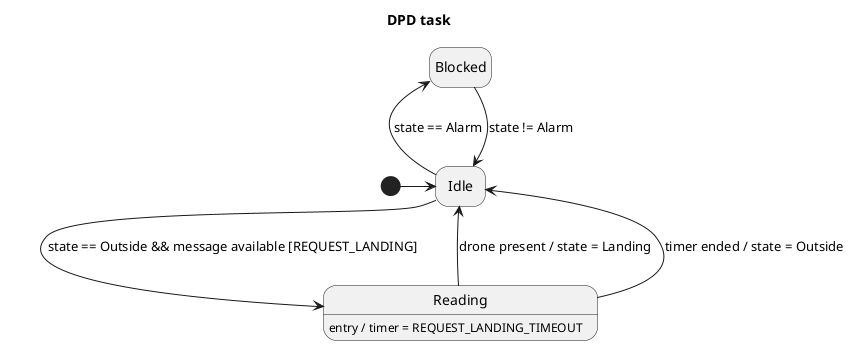
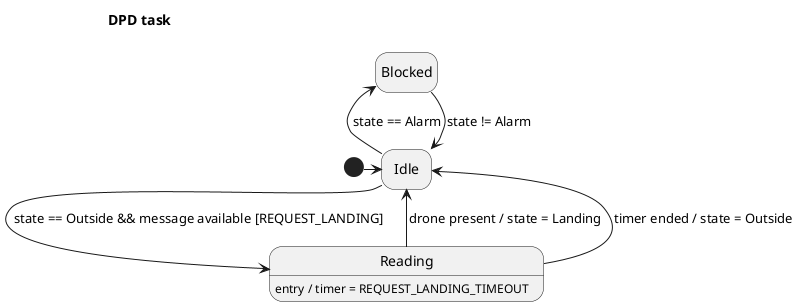
@startuml DPDTask
+ !pragma layout smetana
hide empty description

title "DPD task"

state start <<start>>

state "Idle" as idle

state "Blocked" as blocked

state "Reading" as reading
reading : entry / timer = REQUEST_LANDING_TIMEOUT

start -r-> idle

idle -u-> blocked : state == Alarm
blocked -d-> idle : state != Alarm

idle -d-> reading : state == Outside && message available [REQUEST_LANDING]

reading -u-> idle : drone present / state = Landing
reading -u-> idle : timer ended / state = Outside

@enduml
